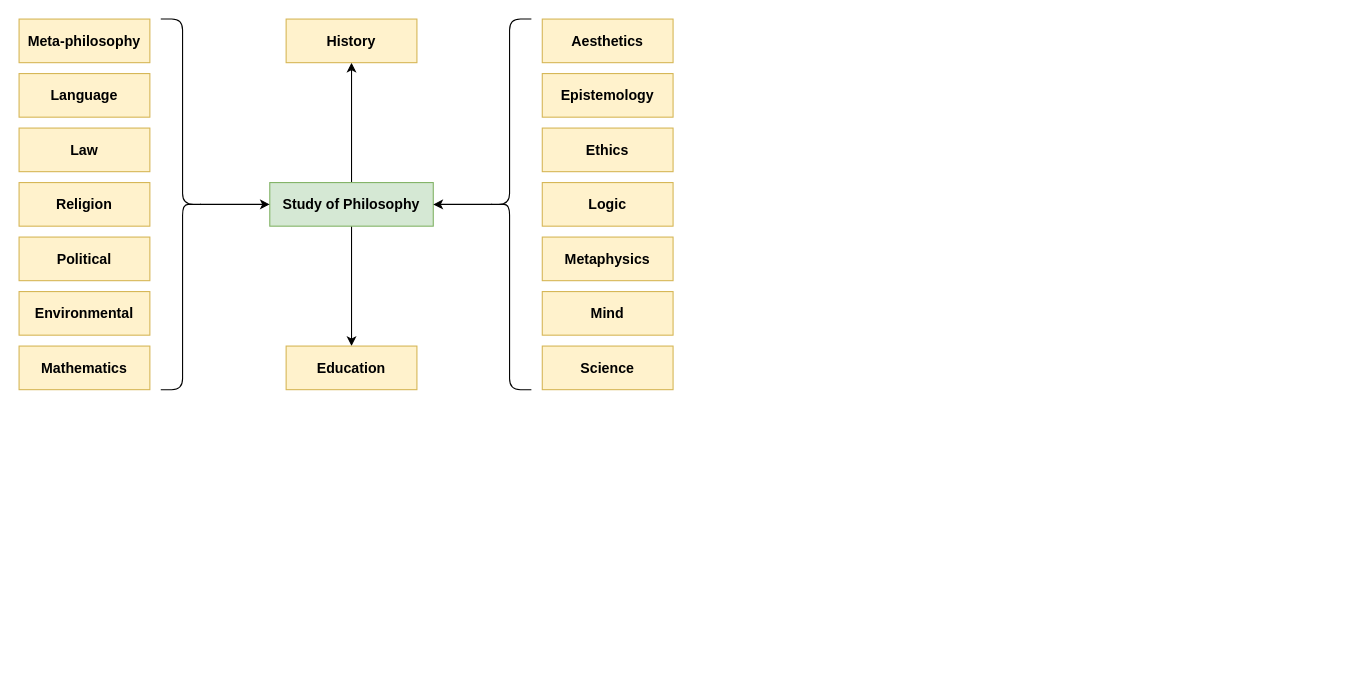
gungunfebrianza/Belajar-Philosophy-Computer-Science keeps this draw.io diagram as page "Main" (1 of 2) of drawings/KRUNA Philosophy.drawio. Above is the earlier version. Source tidied: cells renumbered, new cells numbered last; positions are measured from the earlier drawing's top-left corner, leaving out a move shared by most shapes. Both pictures are drawn from the tidied source at 109%, with x=0, y=0 at pixel (19, 19).
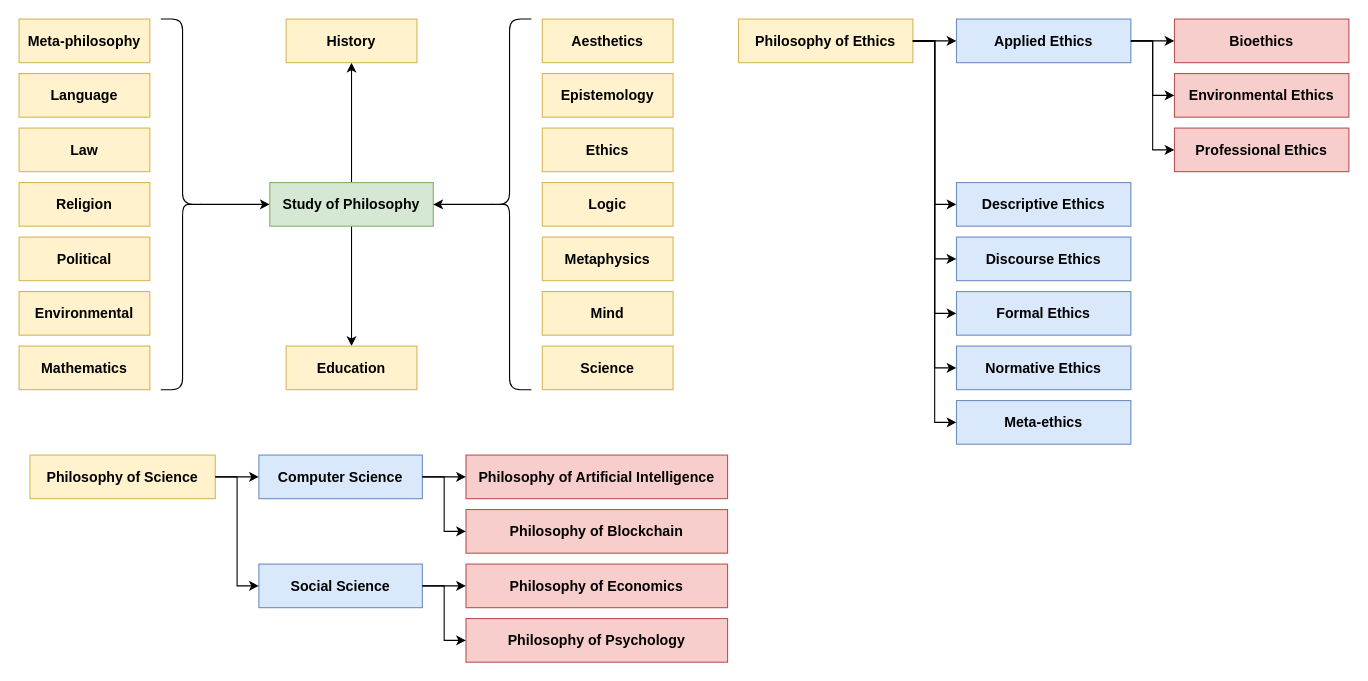
Above is the later version.

Commit message (it also covers changes not shown here):
add philosophy of science

Change to the diagram source:
```diff
@@
+    <mxCell id="25" style="group;" parent="1" vertex="1">
+      <mxGeometry x="660" width="560" height="390" as="geometry" />
+    </mxCell>
+    <mxCell id="26" value="&lt;b style=&quot;font-size: 13px&quot;&gt;Philosophy of Ethics&lt;/b&gt;" style="rounded=0;whiteSpace=wrap;html=1;fillColor=#fff2cc;strokeColor=#d6b656;fontSize=13;" parent="25" vertex="1">
+      <mxGeometry width="160" height="40" as="geometry" />
+    </mxCell>
+    <mxCell id="27" value="&lt;b style=&quot;font-size: 13px&quot;&gt;Applied Ethics&lt;/b&gt;" style="rounded=0;whiteSpace=wrap;html=1;fillColor=#dae8fc;strokeColor=#6c8ebf;fontSize=13;" parent="25" vertex="1">
+      <mxGeometry x="200" width="160" height="40" as="geometry" />
+    </mxCell>
+    <mxCell id="28" style="edgeStyle=orthogonalEdgeStyle;rounded=0;jettySize=auto;html=1;exitX=1;exitY=0.5;exitDx=0;exitDy=0;fontSize=13;" parent="25" edge="1" source="26" target="27">
+      <mxGeometry relative="1" as="geometry" />
+    </mxCell>
+    <mxCell id="29" value="&lt;b style=&quot;font-size: 13px&quot;&gt;Bioethics&lt;/b&gt;" style="rounded=0;whiteSpace=wrap;html=1;fillColor=#f8cecc;strokeColor=#b85450;fontSize=13;" parent="25" vertex="1">
+      <mxGeometry x="400" width="160" height="40" as="geometry" />
+    </mxCell>
+    <mxCell id="30" style="edgeStyle=orthogonalEdgeStyle;rounded=0;jettySize=auto;html=1;exitX=1;exitY=0.5;exitDx=0;exitDy=0;fontSize=13;" parent="25" edge="1" source="27" target="29">
+      <mxGeometry relative="1" as="geometry" />
+    </mxCell>
+    <mxCell id="31" value="&lt;b style=&quot;font-size: 13px&quot;&gt;Descriptive Ethics&lt;/b&gt;" style="rounded=0;whiteSpace=wrap;html=1;fillColor=#dae8fc;strokeColor=#6c8ebf;fontSize=13;" parent="25" vertex="1">
+      <mxGeometry x="200" y="150" width="160" height="40" as="geometry" />
+    </mxCell>
+    <mxCell id="32" style="edgeStyle=orthogonalEdgeStyle;rounded=0;jettySize=auto;html=1;exitX=1;exitY=0.5;exitDx=0;exitDy=0;entryX=0;entryY=0.5;entryDx=0;entryDy=0;fontSize=13;" parent="25" edge="1" source="26" target="31">
+      <mxGeometry relative="1" as="geometry" />
+    </mxCell>
+    <mxCell id="33" value="&lt;b style=&quot;font-size: 13px&quot;&gt;Environmental Ethics&lt;/b&gt;" style="rounded=0;whiteSpace=wrap;html=1;fillColor=#f8cecc;strokeColor=#b85450;fontSize=13;" parent="25" vertex="1">
+      <mxGeometry x="400" y="50" width="160" height="40" as="geometry" />
+    </mxCell>
+    <mxCell id="34" style="edgeStyle=orthogonalEdgeStyle;rounded=0;jettySize=auto;html=1;exitX=1;exitY=0.5;exitDx=0;exitDy=0;entryX=0;entryY=0.5;entryDx=0;entryDy=0;fontSize=13;" parent="25" edge="1" source="27" target="33">
+      <mxGeometry relative="1" as="geometry" />
+    </mxCell>
+    <mxCell id="35" value="&lt;b style=&quot;font-size: 13px&quot;&gt;Professional Ethics&lt;/b&gt;" style="rounded=0;whiteSpace=wrap;html=1;fillColor=#f8cecc;strokeColor=#b85450;fontSize=13;" parent="25" vertex="1">
+      <mxGeometry x="400" y="100" width="160" height="40" as="geometry" />
+    </mxCell>
+    <mxCell id="36" style="edgeStyle=orthogonalEdgeStyle;rounded=0;jettySize=auto;html=1;exitX=1;exitY=0.5;exitDx=0;exitDy=0;entryX=0;entryY=0.5;entryDx=0;entryDy=0;fontSize=13;" parent="25" edge="1" source="27" target="35">
+      <mxGeometry relative="1" as="geometry" />
+    </mxCell>
+    <mxCell id="37" value="&lt;b style=&quot;font-size: 13px&quot;&gt;Discourse Ethics&lt;/b&gt;" style="rounded=0;whiteSpace=wrap;html=1;fillColor=#dae8fc;strokeColor=#6c8ebf;fontSize=13;" parent="25" vertex="1">
+      <mxGeometry x="200" y="200" width="160" height="40" as="geometry" />
+    </mxCell>
+    <mxCell id="38" style="edgeStyle=orthogonalEdgeStyle;rounded=0;jettySize=auto;html=1;exitX=1;exitY=0.5;exitDx=0;exitDy=0;entryX=0;entryY=0.5;entryDx=0;entryDy=0;fontSize=13;" parent="25" edge="1" source="26" target="37">
+      <mxGeometry relative="1" as="geometry" />
+    </mxCell>
+    <mxCell id="39" value="&lt;b style=&quot;font-size: 13px&quot;&gt;Formal Ethics&lt;/b&gt;" style="rounded=0;whiteSpace=wrap;html=1;fillColor=#dae8fc;strokeColor=#6c8ebf;fontSize=13;" parent="25" vertex="1">
+      <mxGeometry x="200" y="250" width="160" height="40" as="geometry" />
+    </mxCell>
+    <mxCell id="40" style="edgeStyle=orthogonalEdgeStyle;rounded=0;jettySize=auto;html=1;exitX=1;exitY=0.5;exitDx=0;exitDy=0;entryX=0;entryY=0.5;entryDx=0;entryDy=0;fontSize=13;" parent="25" edge="1" source="26" target="39">
+      <mxGeometry relative="1" as="geometry" />
+    </mxCell>
+    <mxCell id="41" value="&lt;b style=&quot;font-size: 13px&quot;&gt;Normative Ethics&lt;/b&gt;" style="rounded=0;whiteSpace=wrap;html=1;fillColor=#dae8fc;strokeColor=#6c8ebf;fontSize=13;" parent="25" vertex="1">
+      <mxGeometry x="200" y="300" width="160" height="40" as="geometry" />
+    </mxCell>
+    <mxCell id="42" style="edgeStyle=orthogonalEdgeStyle;rounded=0;jettySize=auto;html=1;exitX=1;exitY=0.5;exitDx=0;exitDy=0;entryX=0;entryY=0.5;entryDx=0;entryDy=0;fontSize=13;" parent="25" edge="1" source="26" target="41">
+      <mxGeometry relative="1" as="geometry" />
+    </mxCell>
+    <mxCell id="43" value="&lt;b style=&quot;font-size: 13px&quot;&gt;Meta-ethics&lt;/b&gt;" style="rounded=0;whiteSpace=wrap;html=1;fillColor=#dae8fc;strokeColor=#6c8ebf;fontSize=13;" parent="25" vertex="1">
+      <mxGeometry x="200" y="350" width="160" height="40" as="geometry" />
+    </mxCell>
+    <mxCell id="44" style="edgeStyle=orthogonalEdgeStyle;rounded=0;jettySize=auto;html=1;exitX=1;exitY=0.5;exitDx=0;exitDy=0;entryX=0;entryY=0.5;entryDx=0;entryDy=0;fontSize=13;" parent="25" edge="1" source="26" target="43">
+      <mxGeometry relative="1" as="geometry" />
+    </mxCell>
+    <mxCell id="45" style="group;" parent="1" vertex="1">
+      <mxGeometry x="10" y="400" width="640" height="190" as="geometry" />
+    </mxCell>
+    <mxCell id="46" value="&lt;b style=&quot;font-size: 13px&quot;&gt;Philosophy of Science&lt;/b&gt;" style="rounded=0;whiteSpace=wrap;html=1;fillColor=#fff2cc;strokeColor=#d6b656;fontSize=13;" parent="45" vertex="1">
+      <mxGeometry width="170" height="40" as="geometry" />
+    </mxCell>
+    <mxCell id="47" value="&lt;b style=&quot;font-size: 13px&quot;&gt;Computer Science&lt;/b&gt;" style="rounded=0;whiteSpace=wrap;html=1;fillColor=#dae8fc;strokeColor=#6c8ebf;fontSize=13;" parent="45" vertex="1">
+      <mxGeometry x="210" width="150" height="40" as="geometry" />
+    </mxCell>
+    <mxCell id="48" style="edgeStyle=orthogonalEdgeStyle;rounded=0;jettySize=auto;html=1;exitX=1;exitY=0.5;exitDx=0;exitDy=0;fontSize=13;" parent="45" edge="1" source="46" target="47">
+      <mxGeometry relative="1" as="geometry" />
+    </mxCell>
+    <mxCell id="49" value="&lt;b style=&quot;font-size: 13px&quot;&gt;Social Science&lt;/b&gt;" style="rounded=0;whiteSpace=wrap;html=1;fillColor=#dae8fc;strokeColor=#6c8ebf;fontSize=13;" parent="45" vertex="1">
+      <mxGeometry x="210" y="100" width="150" height="40" as="geometry" />
+    </mxCell>
+    <mxCell id="50" style="edgeStyle=orthogonalEdgeStyle;rounded=0;jettySize=auto;html=1;exitX=1;exitY=0.5;exitDx=0;exitDy=0;entryX=0;entryY=0.5;entryDx=0;entryDy=0;fontSize=13;" parent="45" edge="1" source="46" target="49">
+      <mxGeometry relative="1" as="geometry" />
+    </mxCell>
+    <mxCell id="51" value="&lt;b style=&quot;font-size: 13px&quot;&gt;Philosophy of Artificial Intelligence&lt;/b&gt;" style="rounded=0;whiteSpace=wrap;html=1;fillColor=#f8cecc;strokeColor=#b85450;fontSize=13;" parent="45" vertex="1">
+      <mxGeometry x="400" width="240" height="40" as="geometry" />
+    </mxCell>
+    <mxCell id="52" style="edgeStyle=orthogonalEdgeStyle;rounded=0;jettySize=auto;html=1;exitX=1;exitY=0.5;exitDx=0;exitDy=0;fontSize=13;" parent="45" edge="1" source="47" target="51">
+      <mxGeometry relative="1" as="geometry" />
+    </mxCell>
+    <mxCell id="53" value="&lt;b style=&quot;font-size: 13px&quot;&gt;Philosophy of Blockchain&lt;/b&gt;" style="rounded=0;whiteSpace=wrap;html=1;fillColor=#f8cecc;strokeColor=#b85450;fontSize=13;" parent="45" vertex="1">
+      <mxGeometry x="400" y="50" width="240" height="40" as="geometry" />
+    </mxCell>
+    <mxCell id="54" style="edgeStyle=orthogonalEdgeStyle;rounded=0;jettySize=auto;html=1;exitX=1;exitY=0.5;exitDx=0;exitDy=0;entryX=0;entryY=0.5;entryDx=0;entryDy=0;fontSize=13;" parent="45" edge="1" source="47" target="53">
+      <mxGeometry relative="1" as="geometry" />
+    </mxCell>
+    <mxCell id="55" value="&lt;b style=&quot;font-size: 13px&quot;&gt;Philosophy of Economics&lt;/b&gt;" style="rounded=0;whiteSpace=wrap;html=1;fillColor=#f8cecc;strokeColor=#b85450;fontSize=13;" parent="45" vertex="1">
+      <mxGeometry x="400" y="100" width="240" height="40" as="geometry" />
+    </mxCell>
+    <mxCell id="56" style="edgeStyle=orthogonalEdgeStyle;rounded=0;jettySize=auto;html=1;exitX=1;exitY=0.5;exitDx=0;exitDy=0;fontSize=13;" parent="45" edge="1" source="49" target="55">
+      <mxGeometry relative="1" as="geometry" />
+    </mxCell>
+    <mxCell id="57" value="&lt;b style=&quot;font-size: 13px&quot;&gt;Philosophy of Psychology&lt;/b&gt;" style="rounded=0;whiteSpace=wrap;html=1;fillColor=#f8cecc;strokeColor=#b85450;fontSize=13;" parent="45" vertex="1">
+      <mxGeometry x="400" y="150" width="240" height="40" as="geometry" />
+    </mxCell>
+    <mxCell id="58" style="edgeStyle=orthogonalEdgeStyle;rounded=0;jettySize=auto;html=1;exitX=1;exitY=0.5;exitDx=0;exitDy=0;entryX=0;entryY=0.5;entryDx=0;entryDy=0;fontSize=13;" parent="45" edge="1" source="49" target="57">
+      <mxGeometry relative="1" as="geometry" />
+    </mxCell>
```
